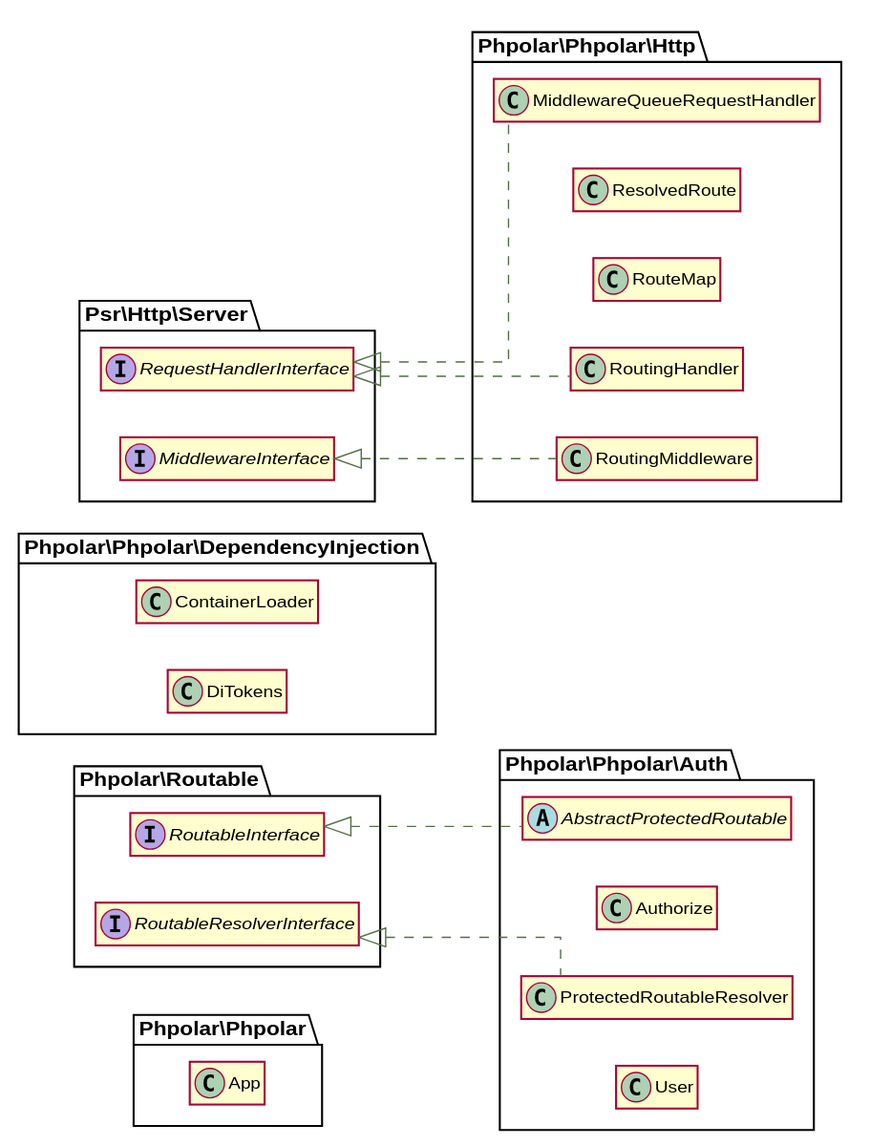
Earlier version of the PlantUML export docs/graphs/classes.svg (phpolar/phpolar).
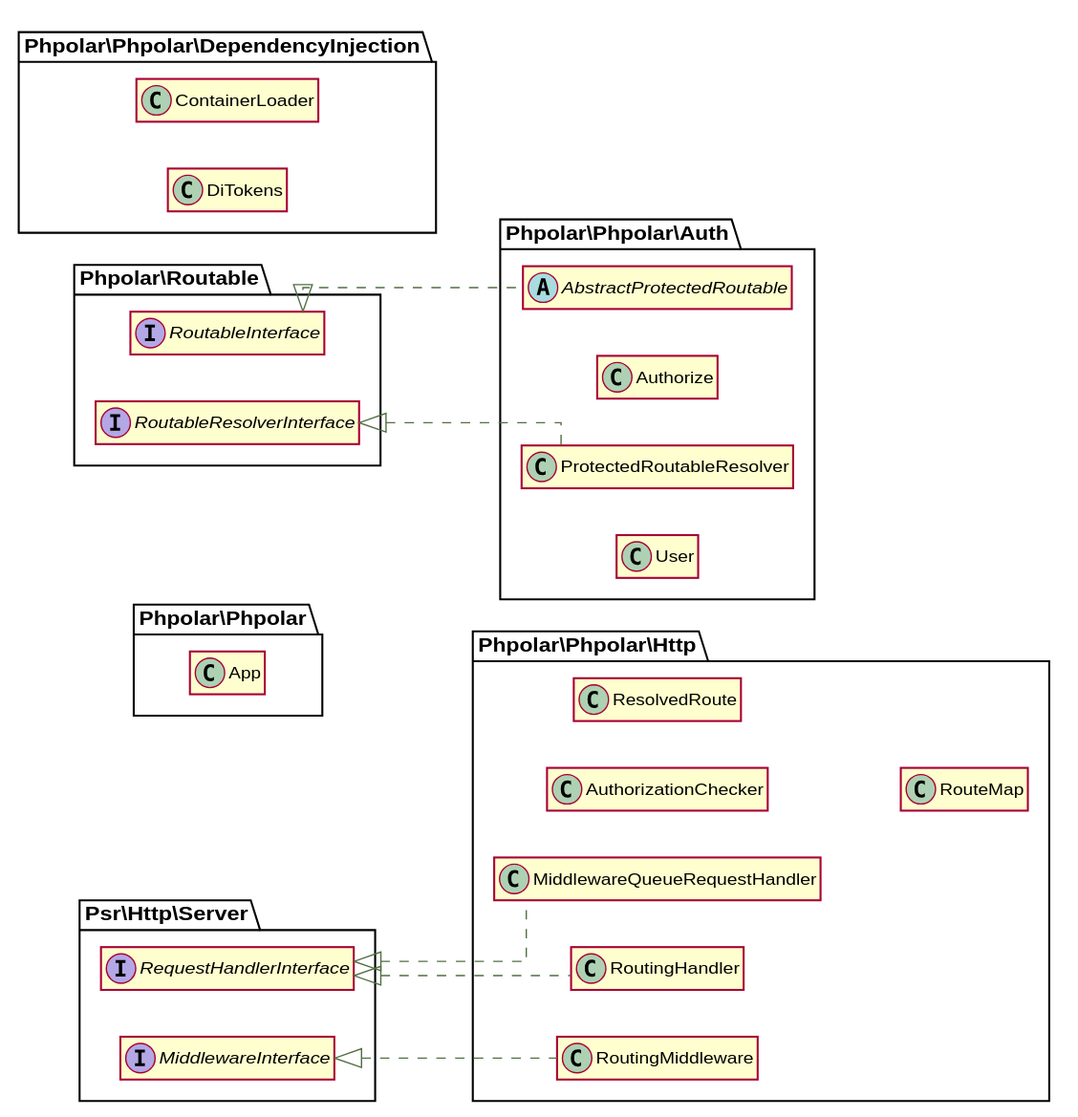
The same file after the commit.

The edit, as a diff of the source:
```diff
@@ -34,6 +34,9 @@
 class \\Phpolar\\Phpolar\\DependencyInjection\\DiTokens {
 }
 
+class \\Phpolar\\Phpolar\\Http\\AuthorizationChecker {
+}
+
 class \\Phpolar\\Phpolar\\Http\\MiddlewareQueueRequestHandler implements \\Psr\\Http\\Server\\RequestHandlerInterface {
 }
 
```
